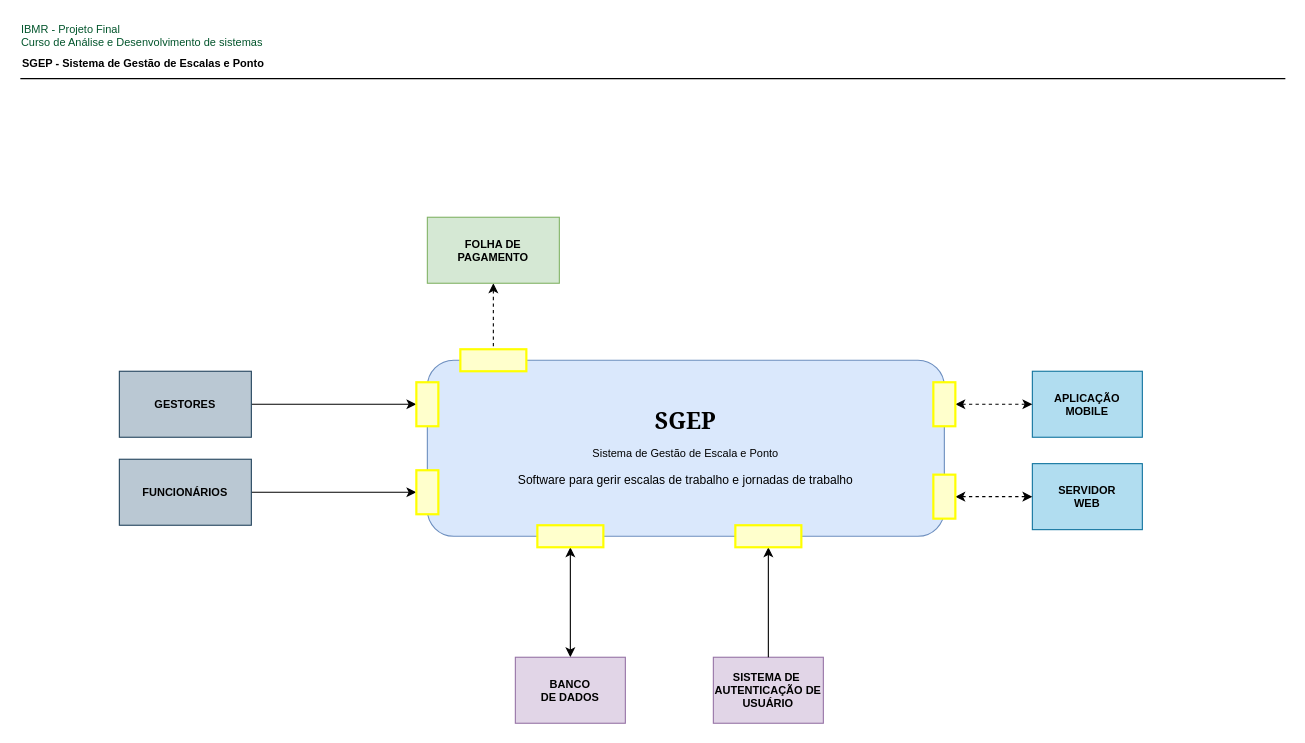
Earlier version of the draw.io diagram page "C4_MODEL" (2 of 3) of 02-Draw.IO/Diagrama_de_Contexto.drawio (samirnagib/ibmr-sgep-doc). Source tidied: cells renumbered, new cells numbered last; positions are measured from the earlier drawing's top-left corner, leaving out a move shared by most shapes. Both pictures are drawn from the tidied source at 110%, with x=0, y=0 at pixel (19, 19).
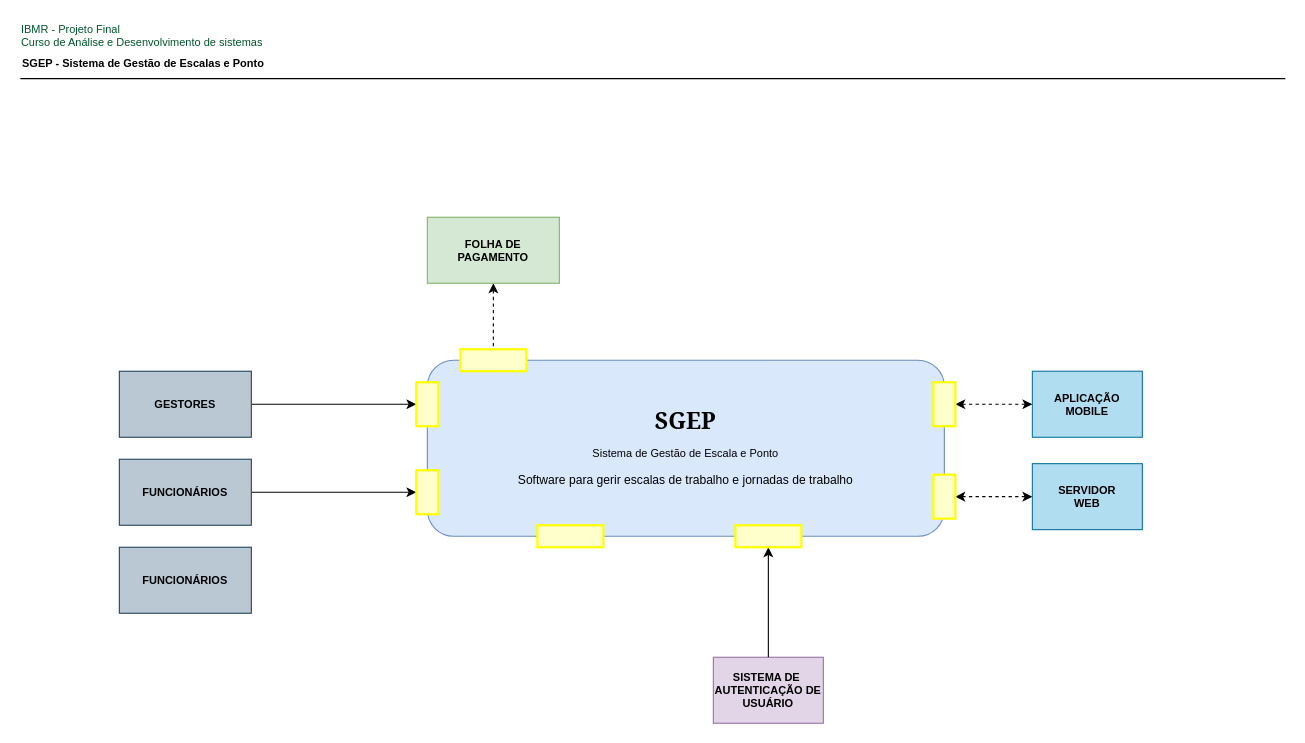
Above is the later version.

The change refers to these unchanged cells:
```xml
<mxCell id="19" style="rounded=0;whiteSpace=wrap;html=1;fontFamily=Helvetica;fontSize=10;align=center;strokeWidth=2;fillColor=#FFFFCC;strokeColor=#FFFF00;" parent="1" vertex="1">
  <mxGeometry x="471" y="460" width="60" height="20" as="geometry" />
</mxCell>
```

The edit, as a diff of the source:
```diff
@@
-    <mxCell id="18" style="edgeStyle=orthogonalEdgeStyle;rounded=0;jettySize=auto;html=1;entryX=0.5;entryY=0;entryDx=0;entryDy=0;fontFamily=Helvetica;fontSize=10;fontColor=#00542B;startArrow=classic;startFill=1;" parent="1" edge="1" source="19" target="20">
-      <mxGeometry relative="1" as="geometry" />
-    </mxCell>
@@
-    <mxCell id="20" value="BANCO &lt;br&gt;DE DADOS" style="rounded=0;whiteSpace=wrap;html=1;fontFamily=Helvetica;fontSize=10;align=center;fillColor=#e1d5e7;strokeColor=#9673a6;fontStyle=1;" parent="1" vertex="1">
-      <mxGeometry x="451" y="580" width="100" height="60" as="geometry" />
-    </mxCell>
@@
+    <mxCell id="27" value="FUNCIONÁRIOS" style="rounded=0;whiteSpace=wrap;html=1;fontFamily=Helvetica;fontSize=10;align=center;fillColor=#bac8d3;strokeColor=#23445d;fontStyle=1;" parent="1" vertex="1">
+      <mxGeometry x="91" y="480" width="120" height="60" as="geometry" />
+    </mxCell>
```
